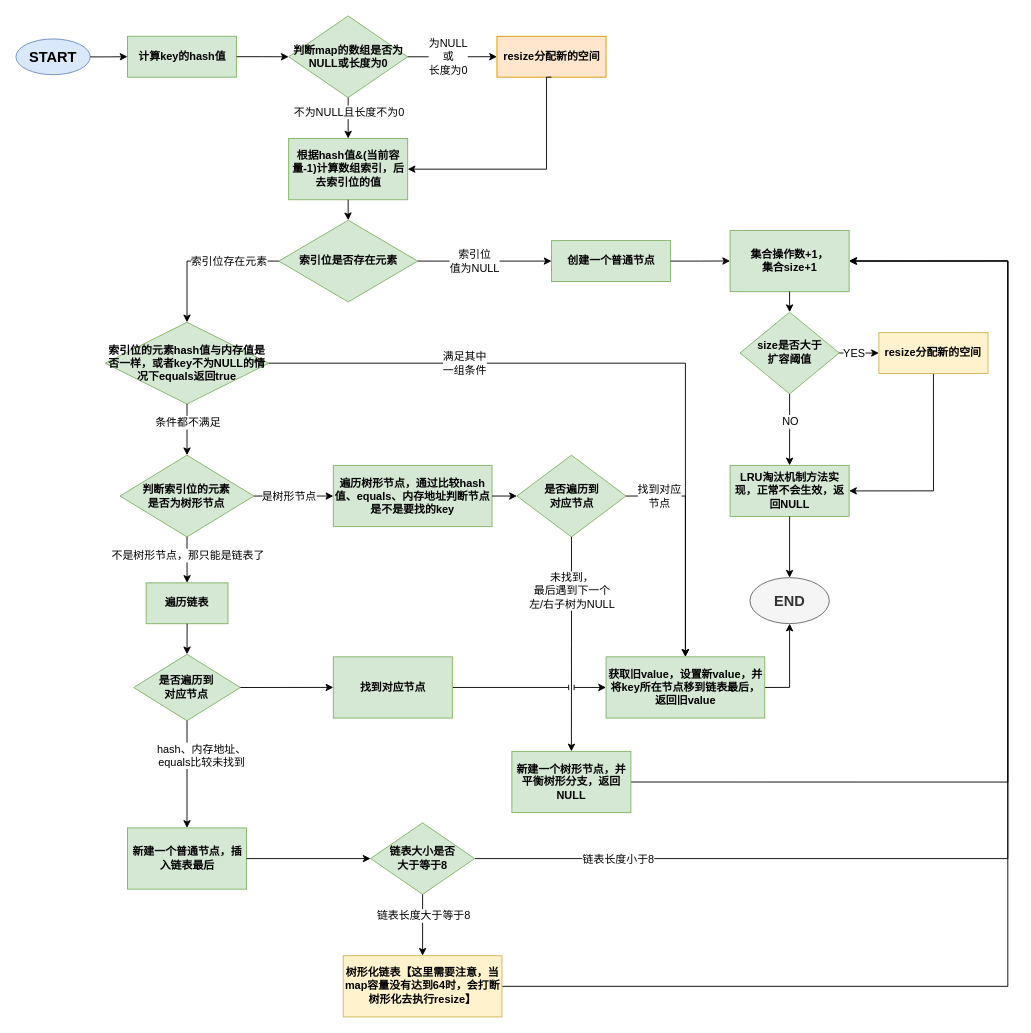
This is Java/Java基础/Java集合/HashMap数据插入原理.drawio from Developer-Tang/Knowledge-Notes, a draw.io file, before an edit. Source tidied: cells renumbered, new cells numbered last; positions are measured from the earlier drawing's top-left corner, leaving out a move shared by most shapes. Both pictures are drawn from the tidied source at 91%, with x=0, y=0 at pixel (15, 15).
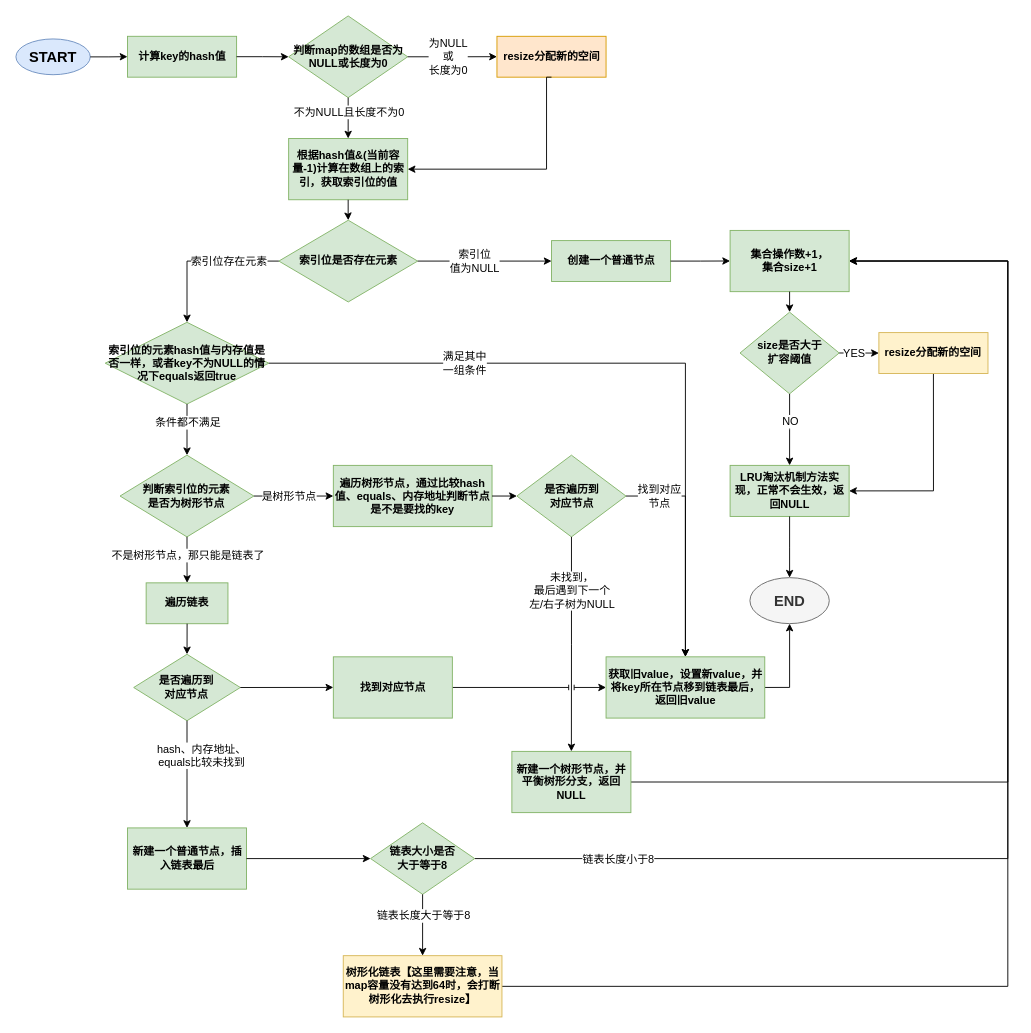
After the change.

Unchanged cells that the change refers to:
```xml
<mxCell id="2" style="group;" parent="1" vertex="1">
  <mxGeometry width="1090" height="1100" as="geometry" />
</mxCell>
```

Change to the diagram source:
```diff
@@
-    <mxCell id="9" value="根据hash值&amp;amp;(当前容量-1)计算数组索引，后去索引位的值" style="whiteSpace=wrap;html=1;fontStyle=1;strokeColor=#82b366;fillColor=#d5e8d4;fontSize=12;" parent="2" vertex="1">
+    <mxCell id="9" value="根据hash值&amp;amp;(当前容量-1)计算在数组上的索引，获取索引位的值" style="whiteSpace=wrap;html=1;fontStyle=1;strokeColor=#82b366;fillColor=#d5e8d4;fontSize=12;" parent="2" vertex="1">
       <mxGeometry x="299.7" y="134.7" width="130.8" height="67.3" as="geometry" />
     </mxCell>
```
